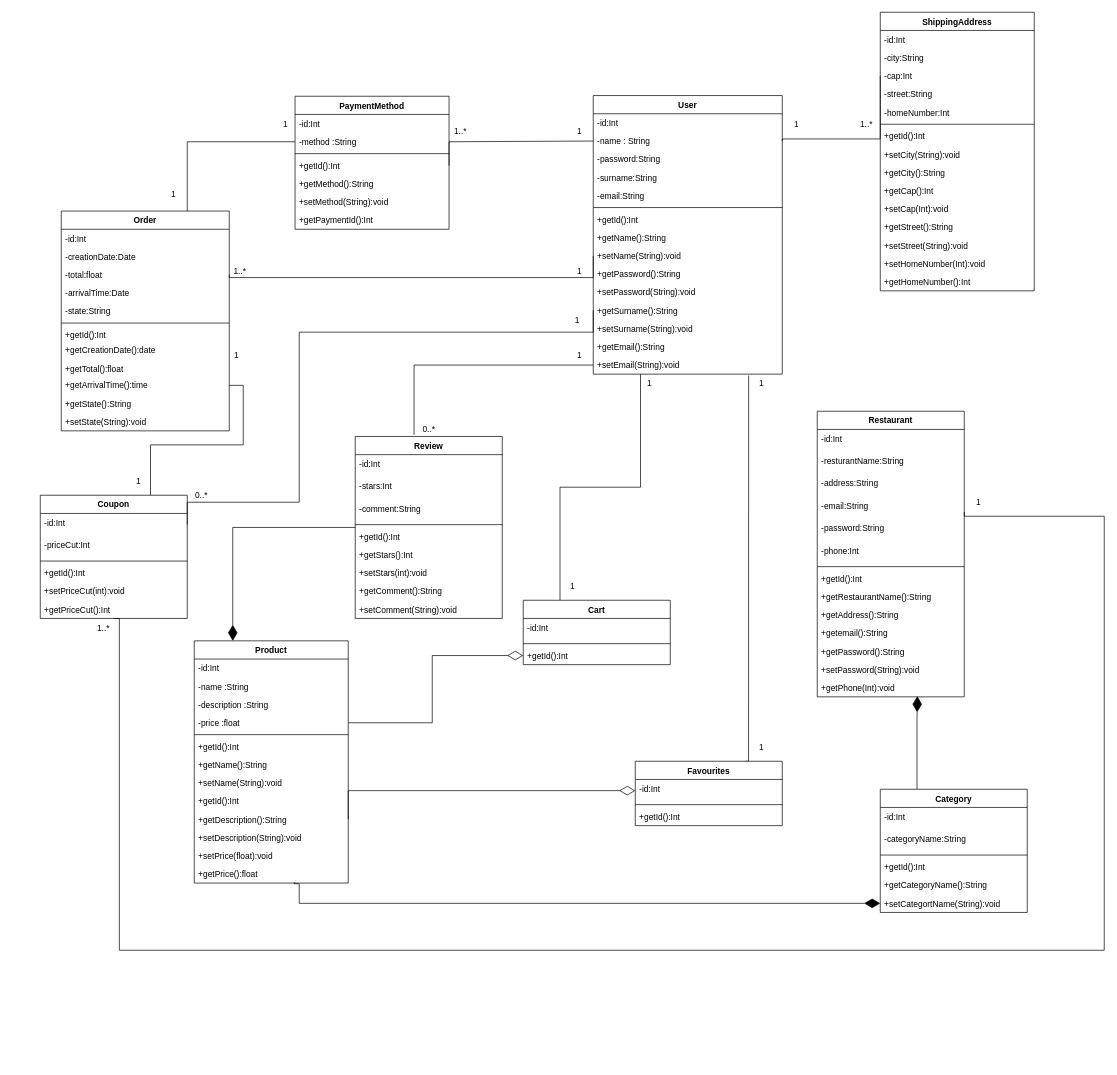
Above: documentazione/Diagrammi/TasteIt-classD.drawio in Flacaro/TasteIt (draw.io), before the change. Source tidied: cells renumbered, new cells numbered last; positions are measured from the earlier drawing's top-left corner, leaving out a move shared by most shapes. Both pictures are drawn from the tidied source at 70%, with x=0, y=0 at pixel (40, 12).
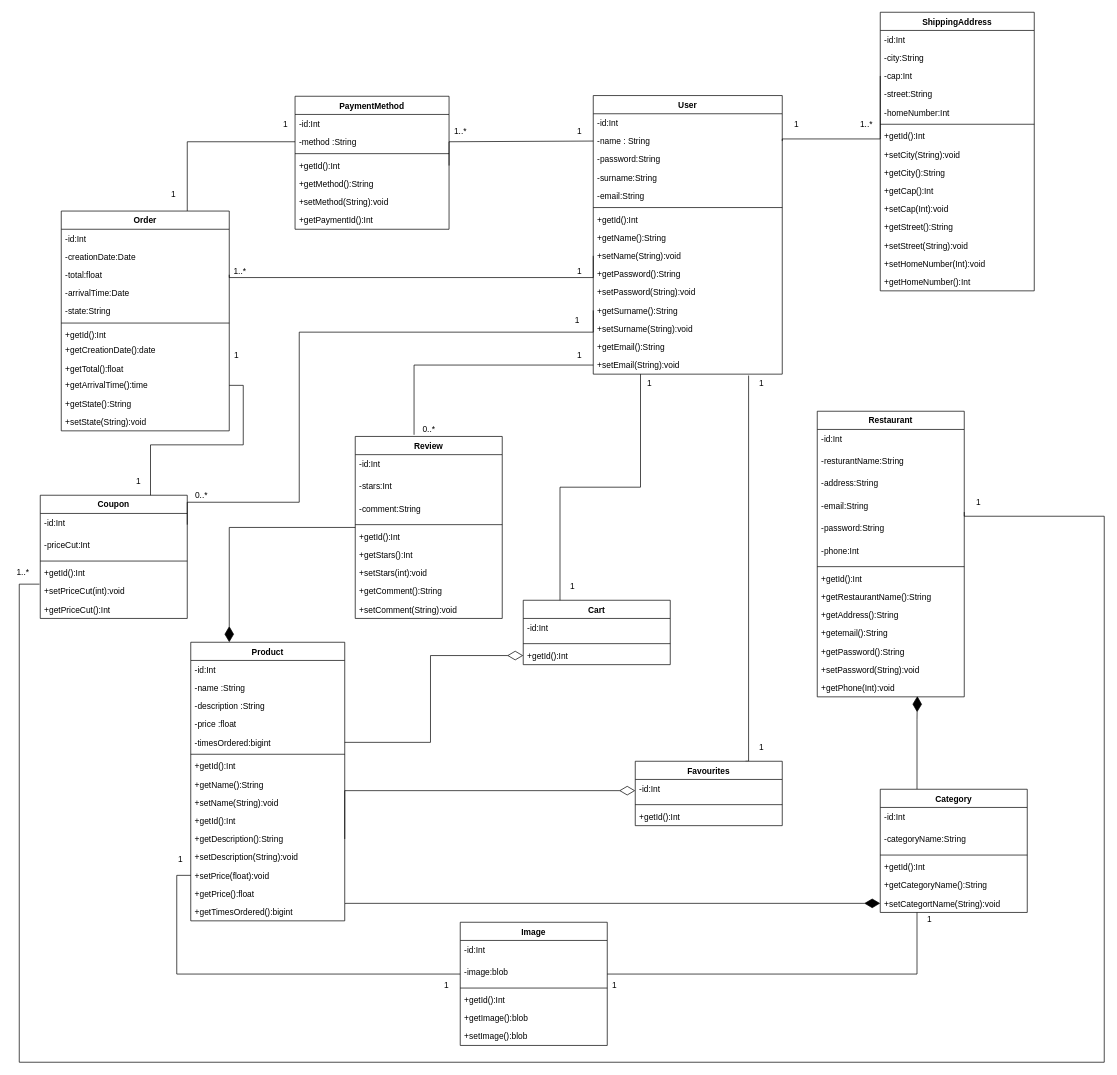
The same diagram, later.

The change refers to these unchanged cells:
```xml
<mxCell id="18" value="-id:Int" style="text;strokeColor=none;fillColor=none;align=left;verticalAlign=top;spacingLeft=4;spacingRight=4;overflow=hidden;points=[[0,0.5],[1,0.5]];portConstraint=eastwest;" parent="17" vertex="1">
  <mxGeometry y="26" width="210" height="32" as="geometry" />
</mxCell>
<mxCell id="77" value="Category" style="swimlane;fontStyle=1;align=center;verticalAlign=top;horizontal=1;startSize=26;" parent="1" vertex="1">
  <mxGeometry x="1200" y="1110" width="210" height="176" as="geometry" />
</mxCell>
<mxCell id="83" value="+setCategortName(String):void" style="text;strokeColor=none;fillColor=none;align=left;verticalAlign=top;spacingLeft=4;spacingRight=4;overflow=hidden;points=[[0,0.5],[1,0.5]];portConstraint=eastwest;" parent="77" vertex="1">
  <mxGeometry y="150" width="210" height="26" as="geometry" />
</mxCell>
<mxCell id="84" value="Coupon" style="swimlane;fontStyle=1;align=center;verticalAlign=top;horizontal=1;startSize=26;" parent="1" vertex="1">
  <mxGeometry y="690" width="210" height="176" as="geometry" />
</mxCell>
<mxCell id="89" value="+setPriceCut(int):void" style="text;strokeColor=none;fillColor=none;align=left;verticalAlign=top;spacingLeft=4;spacingRight=4;overflow=hidden;points=[[0,0.5],[1,0.5]];portConstraint=eastwest;" parent="84" vertex="1">
  <mxGeometry y="124" width="210" height="26" as="geometry" />
</mxCell>
```

Diff of the diagram source:
```diff
@@
     <mxCell id="46" value="Product" style="swimlane;fontStyle=1;align=center;verticalAlign=top;horizontal=1;startSize=26;" parent="1" vertex="1">
-      <mxGeometry x="220" y="898" width="220" height="346" as="geometry" />
+      <mxGeometry x="215" y="900" width="220" height="398" as="geometry" />
     </mxCell>
@@
+    <mxCell id="151" value="-price :float" style="text;strokeColor=none;fillColor=none;align=left;verticalAlign=top;spacingLeft=4;spacingRight=4;overflow=hidden;" parent="46" vertex="1">
+      <mxGeometry y="104" width="220" height="26" as="geometry" />
+    </mxCell>
-    <mxCell id="50" value="-price :float" style="text;strokeColor=none;fillColor=none;align=left;verticalAlign=top;spacingLeft=4;spacingRight=4;overflow=hidden;points=[[0,0.5],[1,0.5]];portConstraint=eastwest;" parent="46" vertex="1">
-      <mxGeometry y="104" width="220" height="26" as="geometry" />
+    <mxCell id="50" value="-timesOrdered:bigint" style="text;strokeColor=none;fillColor=none;align=left;verticalAlign=top;spacingLeft=4;spacingRight=4;overflow=hidden;points=[[0,0.5],[1,0.5]];portConstraint=eastwest;" parent="46" vertex="1">
+      <mxGeometry y="130" width="220" height="26" as="geometry" />
     </mxCell>
     <mxCell id="51" style="line;strokeWidth=1;fillColor=none;align=left;verticalAlign=middle;spacingTop=-1;spacingLeft=3;spacingRight=3;labelPosition=right;" parent="46" vertex="1">
-      <mxGeometry y="130" width="220" height="8" as="geometry" />
+      <mxGeometry y="156" width="220" height="8" as="geometry" />
     </mxCell>
     <mxCell id="52" value="+getId():Int" style="text;strokeColor=none;fillColor=none;align=left;verticalAlign=top;spacingLeft=4;spacingRight=4;overflow=hidden;" parent="46" vertex="1">
-      <mxGeometry y="138" width="220" height="26" as="geometry" />
+      <mxGeometry y="164" width="220" height="26" as="geometry" />
     </mxCell>
     <mxCell id="53" value="+getName():String" style="text;strokeColor=none;fillColor=none;align=left;verticalAlign=top;spacingLeft=4;spacingRight=4;overflow=hidden;" parent="46" vertex="1">
-      <mxGeometry y="164" width="220" height="26" as="geometry" />
+      <mxGeometry y="190" width="220" height="26" as="geometry" />
     </mxCell>
     <mxCell id="54" value="+setName(String):void" style="text;strokeColor=none;fillColor=none;align=left;verticalAlign=top;spacingLeft=4;spacingRight=4;overflow=hidden;" parent="46" vertex="1">
-      <mxGeometry y="190" width="220" height="26" as="geometry" />
+      <mxGeometry y="216" width="220" height="26" as="geometry" />
     </mxCell>
     <mxCell id="55" value="+getId():Int" style="text;strokeColor=none;fillColor=none;align=left;verticalAlign=top;spacingLeft=4;spacingRight=4;overflow=hidden;" parent="46" vertex="1">
-      <mxGeometry y="216" width="220" height="26" as="geometry" />
+      <mxGeometry y="242" width="220" height="26" as="geometry" />
     </mxCell>
     <mxCell id="56" value="+getDescription():String&#10;" style="text;strokeColor=none;fillColor=none;align=left;verticalAlign=top;spacingLeft=4;spacingRight=4;overflow=hidden;points=[[0,0.5],[1,0.5]];portConstraint=eastwest;" parent="46" vertex="1">
-      <mxGeometry y="242" width="220" height="26" as="geometry" />
+      <mxGeometry y="268" width="220" height="26" as="geometry" />
     </mxCell>
     <mxCell id="57" value="+setDescription(String):void" style="text;strokeColor=none;fillColor=none;align=left;verticalAlign=top;spacingLeft=4;spacingRight=4;overflow=hidden;" parent="46" vertex="1">
-      <mxGeometry y="268" width="220" height="26" as="geometry" />
+      <mxGeometry y="294" width="220" height="26" as="geometry" />
     </mxCell>
     <mxCell id="58" value="+setPrice(float):void" style="text;strokeColor=none;fillColor=none;align=left;verticalAlign=top;spacingLeft=4;spacingRight=4;overflow=hidden;points=[[0,0.5],[1,0.5]];portConstraint=eastwest;" parent="46" vertex="1">
-      <mxGeometry y="294" width="220" height="26" as="geometry" />
+      <mxGeometry y="320" width="220" height="26" as="geometry" />
     </mxCell>
     <mxCell id="59" value="+getPrice():float" style="text;strokeColor=none;fillColor=none;align=left;verticalAlign=top;spacingLeft=4;spacingRight=4;overflow=hidden;points=[[0,0.5],[1,0.5]];portConstraint=eastwest;" parent="46" vertex="1">
-      <mxGeometry y="320" width="220" height="26" as="geometry" />
+      <mxGeometry y="346" width="220" height="26" as="geometry" />
     </mxCell>
+    <mxCell id="152" value="+getTimesOrdered():bigint" style="text;strokeColor=none;fillColor=none;align=left;verticalAlign=top;spacingLeft=4;spacingRight=4;overflow=hidden;points=[[0,0.5],[1,0.5]];portConstraint=eastwest;" parent="46" vertex="1">
+      <mxGeometry y="372" width="220" height="26" as="geometry" />
+    </mxCell>
@@
+    <mxCell id="153" style="edgeStyle=orthogonalEdgeStyle;rounded=0;jettySize=auto;html=1;exitX=0.25;exitY=1;exitDx=0;exitDy=0;entryX=1;entryY=0.5;entryDx=0;entryDy=0;startArrow=none;startFill=0;endArrow=none;endFill=0;" parent="1" edge="1" source="77" target="156">
+      <mxGeometry relative="1" as="geometry" />
+    </mxCell>
@@
-    <mxCell id="110" style="edgeStyle=orthogonalEdgeStyle;rounded=0;jettySize=auto;html=1;startArrow=none;startFill=0;endArrow=none;endFill=0;startSize=20;endSize=30;sourcePerimeterSpacing=30;targetPerimeterSpacing=30;strokeWidth=1;entryX=1;entryY=0.5;entryDx=0;entryDy=0;exitX=0.5;exitY=1;exitDx=0;exitDy=0;" parent="1" edge="1" source="84">
+    <mxCell id="110" style="edgeStyle=orthogonalEdgeStyle;rounded=0;jettySize=auto;html=1;startArrow=none;startFill=0;endArrow=none;endFill=0;startSize=20;endSize=30;sourcePerimeterSpacing=30;targetPerimeterSpacing=30;strokeWidth=1;entryX=1;entryY=0.5;entryDx=0;entryDy=0;exitX=-0.005;exitY=0.115;exitDx=0;exitDy=0;exitPerimeter=0;" parent="1" edge="1" source="89">
       <mxGeometry relative="1" as="geometry">
         <mxPoint x="1320" y="714" as="targetPoint" />
         <Array as="points">
-          <mxPoint x="113" y="866" />
-          <mxPoint x="113" y="1340" />
-          <mxPoint x="1520" y="1340" />
+          <mxPoint x="-30" y="817" />
+          <mxPoint x="-30" y="1500" />
+          <mxPoint x="1520" y="1500" />
           <mxPoint x="1520" y="720" />
           <mxPoint x="1320" y="720" />
         </Array>
       </mxGeometry>
     </mxCell>
@@
-    <mxCell id="121" style="edgeStyle=orthogonalEdgeStyle;rounded=0;jettySize=auto;html=1;entryX=0;entryY=0.5;entryDx=0;entryDy=0;endArrow=diamondThin;endFill=1;endSize=20;exitX=0.65;exitY=0.962;exitDx=0;exitDy=0;exitPerimeter=0;" parent="1" edge="1" source="59" target="83">
+    <mxCell id="121" style="edgeStyle=orthogonalEdgeStyle;rounded=0;jettySize=auto;html=1;entryX=0;entryY=0.5;entryDx=0;entryDy=0;endArrow=diamondThin;endFill=1;endSize=20;exitX=1.005;exitY=0.077;exitDx=0;exitDy=0;exitPerimeter=0;" parent="1" edge="1" source="152" target="83">
       <mxGeometry relative="1" as="geometry">
         <Array as="points">
-          <mxPoint x="370" y="1245" />
-          <mxPoint x="370" y="1273" />
+          <mxPoint x="436" y="1273" />
         </Array>
       </mxGeometry>
     </mxCell>
@@
     <mxCell id="138" value="1..*" style="text;html=1;align=center;verticalAlign=middle;strokeColor=none;" parent="1" vertex="1">
-      <mxGeometry x="75" y="870" width="30" height="20" as="geometry" />
+      <mxGeometry x="-40" y="790" width="30" height="20" as="geometry" />
     </mxCell>
@@
     <mxCell id="144" style="edgeStyle=orthogonalEdgeStyle;rounded=0;jettySize=auto;html=1;exitX=1;exitY=0.5;exitDx=0;exitDy=0;entryX=0;entryY=0.5;entryDx=0;entryDy=0;endArrow=diamondThin;endFill=0;endSize=20;" parent="1" edge="1" source="56" target="18">
       <mxGeometry relative="1" as="geometry">
         <Array as="points">
-          <mxPoint x="440" y="1112" />
+          <mxPoint x="435" y="1112" />
         </Array>
       </mxGeometry>
     </mxCell>
@@
+    <mxCell id="154" value="Image" style="swimlane;fontStyle=1;align=center;verticalAlign=top;horizontal=1;startSize=26;" parent="1" vertex="1">
+      <mxGeometry x="600" y="1300" width="210" height="176" as="geometry" />
+    </mxCell>
+    <mxCell id="155" value="-id:Int" style="text;strokeColor=none;fillColor=none;align=left;verticalAlign=top;spacingLeft=4;spacingRight=4;overflow=hidden;" parent="154" vertex="1">
+      <mxGeometry y="26" width="210" height="32" as="geometry" />
+    </mxCell>
+    <mxCell id="156" value="-image:blob" style="text;strokeColor=none;fillColor=none;align=left;verticalAlign=top;spacingLeft=4;spacingRight=4;overflow=hidden;points=[[0,0.5],[1,0.5]];portConstraint=eastwest;" parent="154" vertex="1">
+      <mxGeometry y="58" width="210" height="32" as="geometry" />
+    </mxCell>
+    <mxCell id="157" style="line;strokeWidth=1;fillColor=none;align=left;verticalAlign=middle;spacingTop=-1;spacingLeft=3;spacingRight=3;labelPosition=right;" parent="154" vertex="1">
+      <mxGeometry y="90" width="210" height="8" as="geometry" />
+    </mxCell>
+    <mxCell id="158" value="+getId():Int" style="text;strokeColor=none;fillColor=none;align=left;verticalAlign=top;spacingLeft=4;spacingRight=4;overflow=hidden;" parent="154" vertex="1">
+      <mxGeometry y="98" width="210" height="26" as="geometry" />
+    </mxCell>
+    <mxCell id="159" value="+getImage():blob" style="text;strokeColor=none;fillColor=none;align=left;verticalAlign=top;spacingLeft=4;spacingRight=4;overflow=hidden;" parent="154" vertex="1">
+      <mxGeometry y="124" width="210" height="26" as="geometry" />
+    </mxCell>
+    <mxCell id="160" value="+setImage():blob" style="text;strokeColor=none;fillColor=none;align=left;verticalAlign=top;spacingLeft=4;spacingRight=4;overflow=hidden;" parent="154" vertex="1">
+      <mxGeometry y="150" width="210" height="26" as="geometry" />
+    </mxCell>
+    <mxCell id="161" style="edgeStyle=orthogonalEdgeStyle;rounded=0;jettySize=auto;html=1;exitX=0;exitY=0.5;exitDx=0;exitDy=0;entryX=0;entryY=0.5;entryDx=0;entryDy=0;endArrow=none;endFill=0;startArrow=none;startFill=0;" parent="1" edge="1" source="58" target="156">
+      <mxGeometry relative="1" as="geometry" />
+    </mxCell>
+    <mxCell id="162" value="1" style="text;html=1;align=center;verticalAlign=middle;strokeColor=none;" parent="1" vertex="1">
+      <mxGeometry x="570" y="1380" width="20" height="20" as="geometry" />
+    </mxCell>
+    <mxCell id="163" value="1" style="text;html=1;align=center;verticalAlign=middle;strokeColor=none;" parent="1" vertex="1">
+      <mxGeometry x="190" y="1200" width="20" height="20" as="geometry" />
+    </mxCell>
+    <mxCell id="164" value="1" style="text;html=1;align=center;verticalAlign=middle;strokeColor=none;" parent="1" vertex="1">
+      <mxGeometry x="810" y="1380" width="20" height="20" as="geometry" />
+    </mxCell>
+    <mxCell id="165" value="1" style="text;html=1;align=center;verticalAlign=middle;strokeColor=none;" parent="1" vertex="1">
+      <mxGeometry x="1260" y="1286" width="20" height="20" as="geometry" />
+    </mxCell>
```
